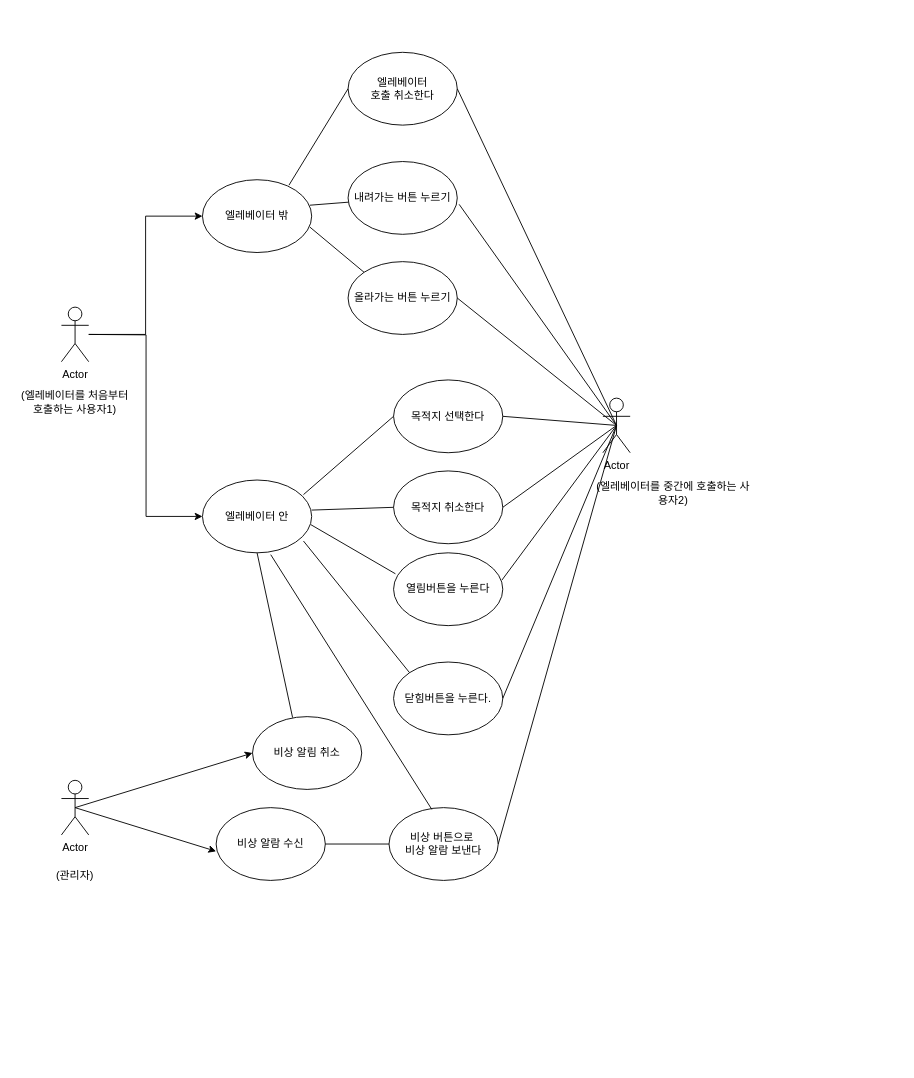
doit0/usecase-diagram keeps this draw.io diagram as 엘레베이터 요구사항(수정).drawio. Above is the earlier version. Source tidied: cells renumbered, new cells numbered last; positions are measured from the earlier drawing's top-left corner, leaving out a move shared by most shapes. Both pictures are drawn from the tidied source at 91%, with x=0, y=0 at pixel (15, 52).
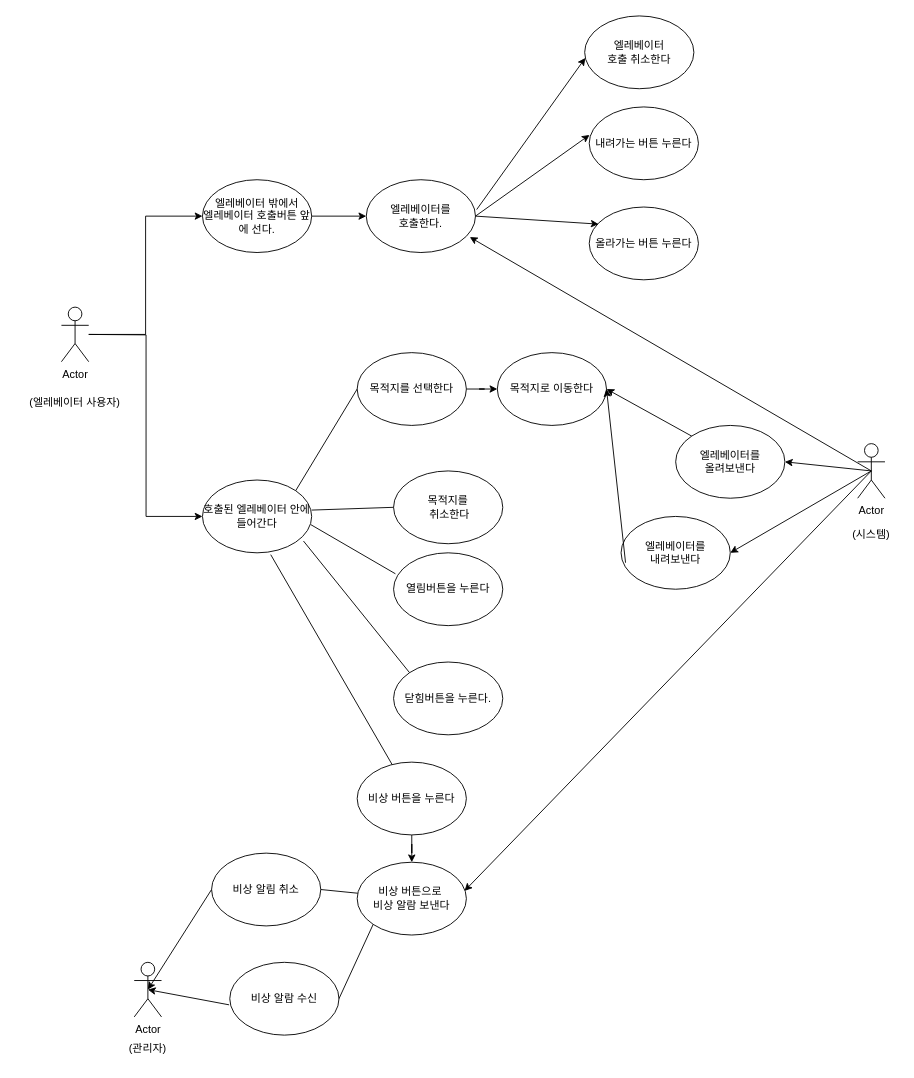
After the change.

Commit message:
엘레베이터 요구사항(수정).drawio 업데이트

Unchanged cells that the change refers to:
```xml
<mxCell id="13" value="열림버튼을 누른다" style="ellipse;whiteSpace=wrap;html=1;" parent="1" vertex="1">
  <mxGeometry x="415" y="550" width="120" height="80" as="geometry" />
</mxCell>
<mxCell id="14" value="닫힘버튼을 누른다." style="ellipse;whiteSpace=wrap;html=1;" parent="1" vertex="1">
  <mxGeometry x="415" y="670" width="120" height="80" as="geometry" />
</mxCell>
```

The edit, as a diff of the source:
```diff
@@
     <mxCell id="4" value="Actor" style="shape=umlActor;verticalLabelPosition=bottom;verticalAlign=top;html=1;outlineConnect=0;" parent="1" vertex="1">
-      <mxGeometry x="50" y="800" width="30" height="60" as="geometry" />
+      <mxGeometry x="130" y="1000" width="30" height="60" as="geometry" />
     </mxCell>
-    <mxCell id="5" value="Actor" style="shape=umlActor;verticalLabelPosition=bottom;verticalAlign=top;html=1;outlineConnect=0;" parent="1" vertex="1">
-      <mxGeometry x="645" y="380" width="30" height="60" as="geometry" />
-    </mxCell>
+    <mxCell id="42" style="edgeStyle=orthogonalEdgeStyle;rounded=0;jettySize=auto;html=1;" parent="1" edge="1" source="6" target="44">
+      <mxGeometry relative="1" as="geometry" />
+    </mxCell>
-    <mxCell id="6" value="엘레베이터 밖" style="ellipse;whiteSpace=wrap;html=1;" parent="1" vertex="1">
+    <mxCell id="6" value="엘레베이터 밖에서&lt;br&gt;엘레베이터 호출버튼 앞에 선다." style="ellipse;whiteSpace=wrap;html=1;" parent="1" vertex="1">
       <mxGeometry x="205" y="140" width="120" height="80" as="geometry" />
     </mxCell>
@@
-    <mxCell id="8" value="엘레베이터 안" style="ellipse;whiteSpace=wrap;html=1;" parent="1" vertex="1">
+    <mxCell id="8" value="호출된 엘레베이터 안에 들어간다" style="ellipse;whiteSpace=wrap;html=1;" parent="1" vertex="1">
       <mxGeometry x="205" y="470" width="120" height="80" as="geometry" />
     </mxCell>
-    <mxCell id="9" value="내려가는 버튼 누르기" style="ellipse;whiteSpace=wrap;html=1;" parent="1" vertex="1">
-      <mxGeometry x="365" y="120" width="120" height="80" as="geometry" />
+    <mxCell id="9" value="내려가는 버튼 누른다" style="ellipse;whiteSpace=wrap;html=1;" parent="1" vertex="1">
+      <mxGeometry x="630" y="60" width="120" height="80" as="geometry" />
     </mxCell>
-    <mxCell id="10" value="올라가는 버튼 누르기" style="ellipse;whiteSpace=wrap;html=1;" parent="1" vertex="1">
-      <mxGeometry x="365" y="230" width="120" height="80" as="geometry" />
+    <mxCell id="10" value="올라가는 버튼 누른다" style="ellipse;whiteSpace=wrap;html=1;" parent="1" vertex="1">
+      <mxGeometry x="630" y="170" width="120" height="80" as="geometry" />
     </mxCell>
-    <mxCell id="11" value="목적지 선택한다" style="ellipse;whiteSpace=wrap;html=1;" parent="1" vertex="1">
-      <mxGeometry x="415" y="360" width="120" height="80" as="geometry" />
+    <mxCell id="11" value="목적지로 이동한다" style="ellipse;whiteSpace=wrap;html=1;" parent="1" vertex="1">
+      <mxGeometry x="529" y="330" width="120" height="80" as="geometry" />
     </mxCell>
-    <mxCell id="12" value="목적지 취소한다" style="ellipse;whiteSpace=wrap;html=1;" parent="1" vertex="1">
+    <mxCell id="12" value="목적지를&lt;br&gt;&amp;nbsp;취소한다" style="ellipse;whiteSpace=wrap;html=1;" parent="1" vertex="1">
       <mxGeometry x="415" y="460" width="120" height="80" as="geometry" />
     </mxCell>
@@
     <mxCell id="15" value="비상 버튼으로&amp;nbsp;&lt;br&gt;비상 알람 보낸다" style="ellipse;whiteSpace=wrap;html=1;" parent="1" vertex="1">
-      <mxGeometry x="410" y="830" width="120" height="80" as="geometry" />
+      <mxGeometry x="375" y="890" width="120" height="80" as="geometry" />
     </mxCell>
     <mxCell id="16" value="비상 알림 취소" style="ellipse;whiteSpace=wrap;html=1;" parent="1" vertex="1">
-      <mxGeometry x="260" y="730" width="120" height="80" as="geometry" />
+      <mxGeometry x="215" y="880" width="120" height="80" as="geometry" />
     </mxCell>
-    <mxCell id="17" value="(엘레베이터를 처음부터 호출하는 사용자1)" style="text;html=1;strokeColor=none;fillColor=none;align=center;verticalAlign=middle;whiteSpace=wrap;rounded=0;" parent="1" vertex="1">
+    <mxCell id="17" value="(엘레베이터 사용자)" style="text;html=1;strokeColor=none;fillColor=none;align=center;verticalAlign=middle;whiteSpace=wrap;rounded=0;" parent="1" vertex="1">
       <mxGeometry y="360" width="130" height="50" as="geometry" />
     </mxCell>
-    <mxCell id="18" style="endArrow=classic;html=1;rounded=0;exitX=0.5;exitY=0.5;exitDx=0;exitDy=0;exitPerimeter=0;entryX=0;entryY=0.5;entryDx=0;entryDy=0;" parent="1" edge="1" source="4" target="16">
+    <mxCell id="18" style="endArrow=classic;html=1;rounded=0;exitX=0;exitY=0.5;exitDx=0;exitDy=0;entryX=0.5;entryY=0.5;entryDx=0;entryDy=0;entryPerimeter=0;" parent="1" edge="1" source="16" target="4">
       <mxGeometry relative="1" as="geometry" />
     </mxCell>
     <mxCell id="19" value="(관리자)" style="text;html=1;strokeColor=none;fillColor=none;align=center;verticalAlign=middle;whiteSpace=wrap;rounded=0;" parent="1" vertex="1">
-      <mxGeometry x="35" y="890" width="60" height="30" as="geometry" />
+      <mxGeometry x="115" y="1080" width="60" height="30" as="geometry" />
     </mxCell>
     <mxCell id="20" value="비상 알람 수신" style="ellipse;whiteSpace=wrap;html=1;" parent="1" vertex="1">
-      <mxGeometry x="220" y="830" width="120" height="80" as="geometry" />
+      <mxGeometry x="235" y="1000" width="120" height="80" as="geometry" />
     </mxCell>
-    <mxCell id="21" style="endArrow=classic;html=1;rounded=0;exitX=0.5;exitY=0.5;exitDx=0;exitDy=0;exitPerimeter=0;entryX=0;entryY=0.6;entryDx=0;entryDy=0;entryPerimeter=0;" parent="1" edge="1" source="4" target="20">
+    <mxCell id="21" style="endArrow=classic;html=1;rounded=0;entryX=0.5;entryY=0.5;entryDx=0;entryDy=0;entryPerimeter=0;exitX=-0.006;exitY=0.584;exitDx=0;exitDy=0;exitPerimeter=0;" parent="1" edge="1" source="20" target="4">
       <mxGeometry relative="1" as="geometry" />
     </mxCell>
-    <mxCell id="22" style="endArrow=none;html=1;rounded=0;exitX=1;exitY=0.5;exitDx=0;exitDy=0;entryX=0.5;entryY=0.5;entryDx=0;entryDy=0;entryPerimeter=0;" parent="1" edge="1" source="11" target="5">
-      <mxGeometry relative="1" as="geometry" />
-    </mxCell>
-    <mxCell id="23" style="endArrow=none;html=1;rounded=0;exitX=1;exitY=0.5;exitDx=0;exitDy=0;entryX=0.5;entryY=0.5;entryDx=0;entryDy=0;entryPerimeter=0;" parent="1" edge="1" source="12" target="5">
-      <mxGeometry relative="1" as="geometry" />
-    </mxCell>
-    <mxCell id="24" style="endArrow=none;html=1;rounded=0;exitX=0.992;exitY=0.375;exitDx=0;exitDy=0;entryX=0.5;entryY=0.5;entryDx=0;entryDy=0;entryPerimeter=0;exitPerimeter=0;" parent="1" edge="1" source="13" target="5">
-      <mxGeometry relative="1" as="geometry" />
-    </mxCell>
-    <mxCell id="25" style="endArrow=none;html=1;rounded=0;exitX=1;exitY=0.5;exitDx=0;exitDy=0;entryX=0.5;entryY=0.5;entryDx=0;entryDy=0;entryPerimeter=0;" parent="1" edge="1" source="14" target="5">
-      <mxGeometry relative="1" as="geometry" />
-    </mxCell>
-    <mxCell id="26" style="endArrow=none;html=1;rounded=0;exitX=1;exitY=0.5;exitDx=0;exitDy=0;entryX=0.5;entryY=0.5;entryDx=0;entryDy=0;entryPerimeter=0;" parent="1" edge="1" source="15" target="5">
-      <mxGeometry relative="1" as="geometry" />
-    </mxCell>
-    <mxCell id="27" style="endArrow=none;html=1;rounded=0;exitX=1;exitY=0.5;exitDx=0;exitDy=0;entryX=0.5;entryY=0.5;entryDx=0;entryDy=0;entryPerimeter=0;" parent="1" edge="1" source="10" target="5">
-      <mxGeometry relative="1" as="geometry" />
-    </mxCell>
-    <mxCell id="28" style="endArrow=none;html=1;rounded=0;exitX=1.017;exitY=0.588;exitDx=0;exitDy=0;entryX=0.5;entryY=0.5;entryDx=0;entryDy=0;entryPerimeter=0;exitPerimeter=0;" parent="1" edge="1" source="9" target="5">
-      <mxGeometry relative="1" as="geometry" />
-    </mxCell>
-    <mxCell id="29" value="(엘레베이터를 중간에 호출하는 사용자2)" style="text;html=1;strokeColor=none;fillColor=none;align=center;verticalAlign=middle;whiteSpace=wrap;rounded=0;" parent="1" vertex="1">
-      <mxGeometry x="635" y="470" width="175" height="30" as="geometry" />
-    </mxCell>
-    <mxCell id="30" style="endArrow=none;html=1;rounded=0;exitX=1;exitY=0.5;exitDx=0;exitDy=0;entryX=0;entryY=0.5;entryDx=0;entryDy=0;" parent="1" edge="1" source="20" target="15">
+    <mxCell id="30" style="endArrow=none;html=1;rounded=0;exitX=1;exitY=0.5;exitDx=0;exitDy=0;entryX=0;entryY=1;entryDx=0;entryDy=0;" parent="1" edge="1" source="20" target="15">
       <mxGeometry relative="1" as="geometry" />
     </mxCell>
-    <mxCell id="31" style="endArrow=none;html=1;rounded=0;exitX=0.392;exitY=0.025;exitDx=0;exitDy=0;entryX=0.625;entryY=1.025;entryDx=0;entryDy=0;entryPerimeter=0;exitPerimeter=0;" parent="1" edge="1" source="15" target="8">
+    <mxCell id="31" style="endArrow=none;html=1;rounded=0;entryX=0.625;entryY=1.025;entryDx=0;entryDy=0;entryPerimeter=0;" parent="1" edge="1" source="59" target="8">
       <mxGeometry relative="1" as="geometry" />
     </mxCell>
-    <mxCell id="32" style="endArrow=none;html=1;rounded=0;exitX=0;exitY=0.5;exitDx=0;exitDy=0;entryX=0.925;entryY=0.2;entryDx=0;entryDy=0;entryPerimeter=0;" parent="1" edge="1" source="11" target="8">
-      <mxGeometry relative="1" as="geometry" />
-    </mxCell>
@@
-    <mxCell id="36" style="endArrow=none;html=1;rounded=0;exitX=0.367;exitY=0.013;exitDx=0;exitDy=0;entryX=0.5;entryY=1;entryDx=0;entryDy=0;exitPerimeter=0;" parent="1" edge="1" source="16" target="8">
+    <mxCell id="36" style="endArrow=none;html=1;rounded=0;exitX=1;exitY=0.5;exitDx=0;exitDy=0;" parent="1" edge="1" source="16" target="15">
       <mxGeometry relative="1" as="geometry" />
     </mxCell>
-    <mxCell id="37" style="endArrow=none;html=1;rounded=0;entryX=0.983;entryY=0.35;entryDx=0;entryDy=0;entryPerimeter=0;" parent="1" edge="1" source="9" target="6">
-      <mxGeometry relative="1" as="geometry" />
-    </mxCell>
-    <mxCell id="38" style="endArrow=none;html=1;rounded=0;exitX=0;exitY=0;exitDx=0;exitDy=0;entryX=0.983;entryY=0.65;entryDx=0;entryDy=0;entryPerimeter=0;" parent="1" edge="1" source="10" target="6">
-      <mxGeometry relative="1" as="geometry" />
-    </mxCell>
     <mxCell id="39" value="엘레베이터&lt;br&gt;호출 취소한다" style="ellipse;whiteSpace=wrap;html=1;" parent="1" vertex="1">
-      <mxGeometry x="365" width="120" height="80" as="geometry" />
+      <mxGeometry x="625" y="-40" width="120" height="80" as="geometry" />
     </mxCell>
-    <mxCell id="40" style="endArrow=none;html=1;rounded=0;entryX=0.792;entryY=0.075;entryDx=0;entryDy=0;entryPerimeter=0;exitX=0;exitY=0.5;exitDx=0;exitDy=0;" parent="1" edge="1" source="39" target="6">
-      <mxGeometry relative="1" as="geometry" />
-    </mxCell>
-    <mxCell id="41" style="endArrow=none;html=1;rounded=0;exitX=1;exitY=0.5;exitDx=0;exitDy=0;entryX=0.5;entryY=0.5;entryDx=0;entryDy=0;entryPerimeter=0;" parent="1" edge="1" source="39" target="5">
-      <mxGeometry relative="1" as="geometry" />
-    </mxCell>
+    <mxCell id="5" value="Actor" style="shape=umlActor;verticalLabelPosition=bottom;verticalAlign=top;html=1;outlineConnect=0;" parent="1" vertex="1">
+      <mxGeometry x="925" y="430" width="30" height="60" as="geometry" />
+    </mxCell>
+    <mxCell id="43" value="(시스템)" style="text;html=1;strokeColor=none;fillColor=none;align=center;verticalAlign=middle;whiteSpace=wrap;rounded=0;" parent="1" vertex="1">
+      <mxGeometry x="910" y="515" width="60" height="30" as="geometry" />
+    </mxCell>
+    <mxCell id="44" value="엘레베이터를 &lt;br&gt;호출한다." style="ellipse;whiteSpace=wrap;html=1;" parent="1" vertex="1">
+      <mxGeometry x="385" y="140" width="120" height="80" as="geometry" />
+    </mxCell>
+    <mxCell id="45" style="endArrow=classic;html=1;rounded=0;exitX=1.011;exitY=0.41;exitDx=0;exitDy=0;exitPerimeter=0;entryX=0.006;entryY=0.577;entryDx=0;entryDy=0;entryPerimeter=0;" parent="1" edge="1" source="44" target="39">
+      <mxGeometry relative="1" as="geometry" />
+    </mxCell>
+    <mxCell id="46" style="endArrow=classic;html=1;rounded=0;exitX=1;exitY=0.5;exitDx=0;exitDy=0;entryX=0.003;entryY=0.385;entryDx=0;entryDy=0;entryPerimeter=0;" parent="1" edge="1" source="44" target="9">
+      <mxGeometry relative="1" as="geometry" />
+    </mxCell>
+    <mxCell id="47" style="endArrow=classic;html=1;rounded=0;exitX=1;exitY=0.5;exitDx=0;exitDy=0;entryX=0.086;entryY=0.235;entryDx=0;entryDy=0;entryPerimeter=0;" parent="1" edge="1" source="44" target="10">
+      <mxGeometry relative="1" as="geometry" />
+    </mxCell>
+    <mxCell id="48" style="endArrow=classic;html=1;rounded=0;exitX=0.5;exitY=0.5;exitDx=0;exitDy=0;exitPerimeter=0;entryX=1;entryY=0.5;entryDx=0;entryDy=0;" parent="1" edge="1" source="5" target="49">
+      <mxGeometry relative="1" as="geometry" />
+    </mxCell>
+    <mxCell id="49" value="엘레베이터를&lt;br&gt;올려보낸다" style="ellipse;whiteSpace=wrap;html=1;" parent="1" vertex="1">
+      <mxGeometry x="725" y="410" width="120" height="80" as="geometry" />
+    </mxCell>
+    <mxCell id="50" value="엘레베이터를&lt;br&gt;내려보낸다" style="ellipse;whiteSpace=wrap;html=1;" parent="1" vertex="1">
+      <mxGeometry x="665" y="510" width="120" height="80" as="geometry" />
+    </mxCell>
+    <mxCell id="51" style="endArrow=classic;html=1;rounded=0;exitX=0.5;exitY=0.5;exitDx=0;exitDy=0;exitPerimeter=0;entryX=1;entryY=0.5;entryDx=0;entryDy=0;" parent="1" edge="1" source="5" target="50">
+      <mxGeometry relative="1" as="geometry" />
+    </mxCell>
+    <mxCell id="52" style="endArrow=classic;html=1;rounded=0;exitX=0;exitY=0;exitDx=0;exitDy=0;entryX=1;entryY=0.5;entryDx=0;entryDy=0;" parent="1" edge="1" source="49" target="11">
+      <mxGeometry relative="1" as="geometry" />
+    </mxCell>
+    <mxCell id="53" style="endArrow=classic;html=1;rounded=0;exitX=0.041;exitY=0.636;exitDx=0;exitDy=0;entryX=1;entryY=0.5;entryDx=0;entryDy=0;exitPerimeter=0;" parent="1" edge="1" source="50" target="11">
+      <mxGeometry relative="1" as="geometry" />
+    </mxCell>
+    <mxCell id="54" style="endArrow=classic;html=1;rounded=0;exitX=0.5;exitY=0.5;exitDx=0;exitDy=0;exitPerimeter=0;entryX=0.948;entryY=0.788;entryDx=0;entryDy=0;entryPerimeter=0;" parent="1" edge="1" source="5" target="44">
+      <mxGeometry relative="1" as="geometry" />
+    </mxCell>
+    <mxCell id="55" style="endArrow=none;html=1;rounded=0;entryX=1;entryY=0;entryDx=0;entryDy=0;exitX=0;exitY=0.5;exitDx=0;exitDy=0;" parent="1" edge="1" source="57" target="8">
+      <mxGeometry relative="1" as="geometry" />
+    </mxCell>
+    <mxCell id="56" style="edgeStyle=orthogonalEdgeStyle;rounded=0;jettySize=auto;html=1;" parent="1" edge="1" source="57" target="11">
+      <mxGeometry relative="1" as="geometry" />
+    </mxCell>
+    <mxCell id="57" value="목적지를 선택한다" style="ellipse;whiteSpace=wrap;html=1;" parent="1" vertex="1">
+      <mxGeometry x="375" y="330" width="120" height="80" as="geometry" />
+    </mxCell>
+    <mxCell id="58" style="edgeStyle=orthogonalEdgeStyle;rounded=0;jettySize=auto;html=1;" parent="1" edge="1" source="59" target="15">
+      <mxGeometry relative="1" as="geometry" />
+    </mxCell>
+    <mxCell id="59" value="비상 버튼을 누른다" style="ellipse;whiteSpace=wrap;html=1;" parent="1" vertex="1">
+      <mxGeometry x="375" y="780" width="120" height="80" as="geometry" />
+    </mxCell>
+    <mxCell id="60" style="endArrow=classic;html=1;rounded=0;exitX=0.5;exitY=0.5;exitDx=0;exitDy=0;exitPerimeter=0;entryX=0.983;entryY=0.394;entryDx=0;entryDy=0;entryPerimeter=0;" parent="1" edge="1" source="5" target="15">
+      <mxGeometry relative="1" as="geometry" />
+    </mxCell>
```
